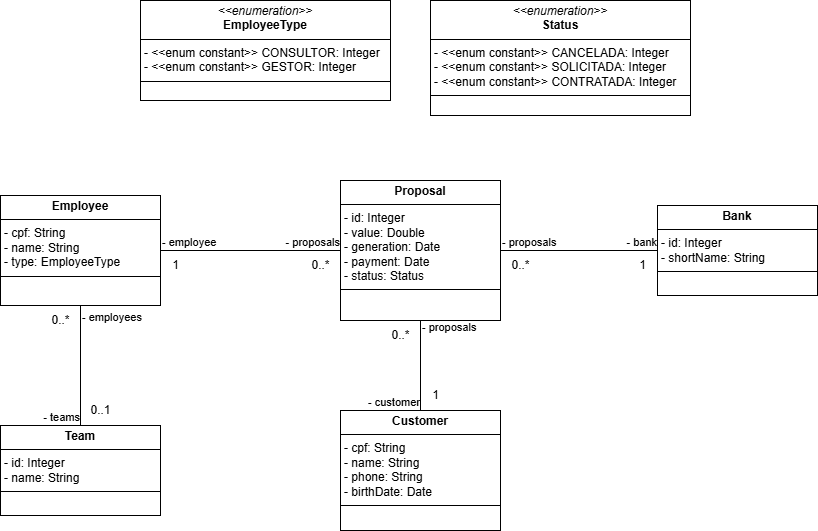
Hilan-CP/JSF-corban-multibancos keeps this draw.io diagram as images/diagrama de classe.png. Above is the earlier version. Source tidied: cells renumbered, new cells last; positions are measured from the earlier drawing's top-left corner, leaving out a move shared by most shapes.
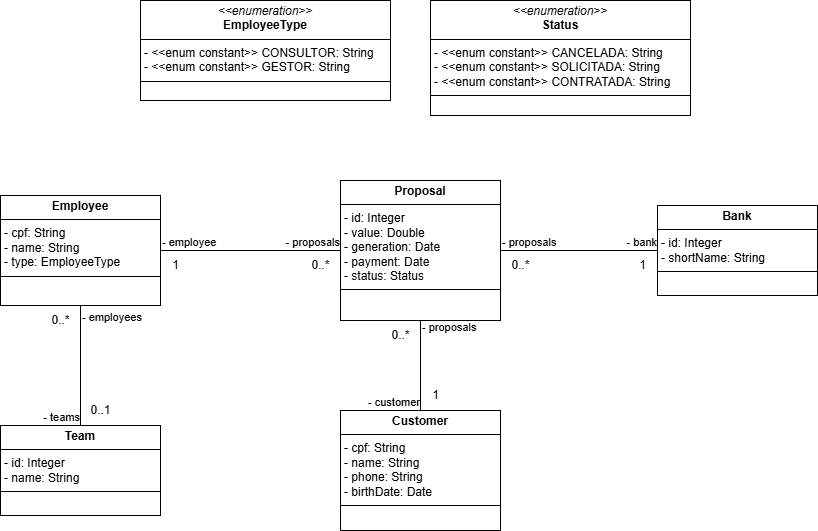
After the commit.

The edit, as a diff of the source:
```diff
@@ -81,10 +81,10 @@
     <mxCell id="26" value="0..*" style="text;html=1;align=center;verticalAlign=middle;strokeColor=none;fillColor=none;" parent="1" vertex="1">
       <mxGeometry x="300" y="250" width="40" height="30" as="geometry" />
     </mxCell>
-    <mxCell id="27" value="&lt;p style=&quot;margin:0px;margin-top:4px;text-align:center;&quot;&gt;&lt;i&gt;&amp;lt;&amp;lt;enumeration&amp;gt;&amp;gt;&lt;/i&gt;&lt;br&gt;&lt;b&gt;EmployeeType&lt;/b&gt;&lt;/p&gt;&lt;hr size=&quot;1&quot; style=&quot;border-style:solid;&quot;&gt;&lt;p style=&quot;margin:0px;margin-left:4px;&quot;&gt;- &amp;lt;&amp;lt;enum constant&amp;gt;&amp;gt; CONSULTOR: Integer&lt;br&gt;- &amp;lt;&amp;lt;enum constant&amp;gt;&amp;gt; GESTOR: Integer&lt;/p&gt;&lt;hr size=&quot;1&quot; style=&quot;border-style:solid;&quot;&gt;&lt;p style=&quot;margin:0px;margin-left:4px;&quot;&gt;&lt;br&gt;&lt;/p&gt;" style="verticalAlign=top;align=left;overflow=fill;html=1;whiteSpace=wrap;" parent="1" vertex="1">
+    <mxCell id="27" value="&lt;p style=&quot;margin:0px;margin-top:4px;text-align:center;&quot;&gt;&lt;i&gt;&amp;lt;&amp;lt;enumeration&amp;gt;&amp;gt;&lt;/i&gt;&lt;br&gt;&lt;b&gt;EmployeeType&lt;/b&gt;&lt;/p&gt;&lt;hr size=&quot;1&quot; style=&quot;border-style:solid;&quot;&gt;&lt;p style=&quot;margin:0px;margin-left:4px;&quot;&gt;- &amp;lt;&amp;lt;enum constant&amp;gt;&amp;gt; CONSULTOR: String&lt;br&gt;- &amp;lt;&amp;lt;enum constant&amp;gt;&amp;gt; GESTOR:&amp;nbsp;&lt;span style=&quot;background-color: initial;&quot;&gt;String&lt;/span&gt;&lt;/p&gt;&lt;hr size=&quot;1&quot; style=&quot;border-style:solid;&quot;&gt;&lt;p style=&quot;margin:0px;margin-left:4px;&quot;&gt;&lt;br&gt;&lt;/p&gt;" style="verticalAlign=top;align=left;overflow=fill;html=1;whiteSpace=wrap;" parent="1" vertex="1">
       <mxGeometry x="140" width="250" height="100" as="geometry" />
     </mxCell>
-    <mxCell id="28" value="&lt;p style=&quot;margin:0px;margin-top:4px;text-align:center;&quot;&gt;&lt;i&gt;&amp;lt;&amp;lt;enumeration&amp;gt;&amp;gt;&lt;/i&gt;&lt;br&gt;&lt;b&gt;Status&lt;/b&gt;&lt;/p&gt;&lt;hr size=&quot;1&quot; style=&quot;border-style:solid;&quot;&gt;&lt;p style=&quot;margin:0px;margin-left:4px;&quot;&gt;- &amp;lt;&amp;lt;enum constant&amp;gt;&amp;gt; CANCELADA: Integer&lt;br&gt;-&amp;nbsp;&lt;span style=&quot;background-color: initial;&quot;&gt;&amp;lt;&amp;lt;enum constant&amp;gt;&amp;gt; SOLICITADA: Integer&lt;/span&gt;&lt;/p&gt;&lt;p style=&quot;margin:0px;margin-left:4px;&quot;&gt;&lt;span style=&quot;background-color: initial;&quot;&gt;-&amp;nbsp;&lt;/span&gt;&lt;span style=&quot;background-color: initial;&quot;&gt;&amp;lt;&amp;lt;enum constant&amp;gt;&amp;gt; CONTRATADA: Integer&lt;/span&gt;&lt;/p&gt;&lt;hr size=&quot;1&quot; style=&quot;border-style:solid;&quot;&gt;&lt;p style=&quot;margin:0px;margin-left:4px;&quot;&gt;&lt;br&gt;&lt;/p&gt;" style="verticalAlign=top;align=left;overflow=fill;html=1;whiteSpace=wrap;" parent="1" vertex="1">
+    <mxCell id="28" value="&lt;p style=&quot;margin:0px;margin-top:4px;text-align:center;&quot;&gt;&lt;i&gt;&amp;lt;&amp;lt;enumeration&amp;gt;&amp;gt;&lt;/i&gt;&lt;br&gt;&lt;b&gt;Status&lt;/b&gt;&lt;/p&gt;&lt;hr size=&quot;1&quot; style=&quot;border-style:solid;&quot;&gt;&lt;p style=&quot;margin:0px;margin-left:4px;&quot;&gt;- &amp;lt;&amp;lt;enum constant&amp;gt;&amp;gt; CANCELADA: String&lt;br&gt;-&amp;nbsp;&lt;span style=&quot;background-color: initial;&quot;&gt;&amp;lt;&amp;lt;enum constant&amp;gt;&amp;gt; SOLICITADA:&amp;nbsp;&lt;/span&gt;&lt;span style=&quot;background-color: initial;&quot;&gt;String&lt;/span&gt;&lt;/p&gt;&lt;p style=&quot;margin:0px;margin-left:4px;&quot;&gt;&lt;span style=&quot;background-color: initial;&quot;&gt;-&amp;nbsp;&lt;/span&gt;&lt;span style=&quot;background-color: initial;&quot;&gt;&amp;lt;&amp;lt;enum constant&amp;gt;&amp;gt; CONTRATADA:&amp;nbsp;&lt;/span&gt;&lt;span style=&quot;background-color: initial;&quot;&gt;String&lt;/span&gt;&lt;/p&gt;&lt;hr size=&quot;1&quot; style=&quot;border-style:solid;&quot;&gt;&lt;p style=&quot;margin:0px;margin-left:4px;&quot;&gt;&lt;br&gt;&lt;/p&gt;" style="verticalAlign=top;align=left;overflow=fill;html=1;whiteSpace=wrap;" parent="1" vertex="1">
       <mxGeometry x="430" width="260" height="115" as="geometry" />
     </mxCell>
   </root>
```
